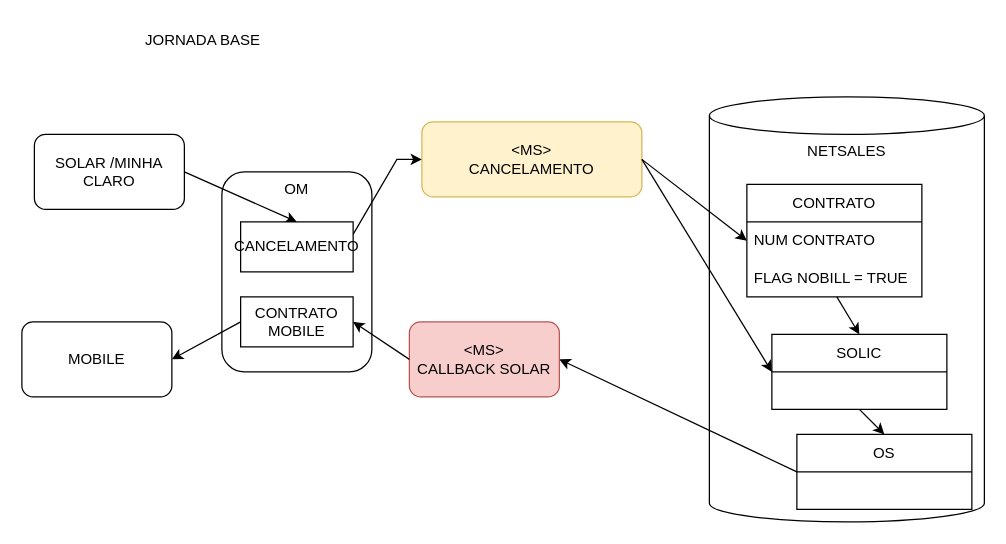
samirali/ClaroBrasil keeps this draw.io diagram as page "CANCELAMENTO" (4 of 6) of Billing Divergente Marcelo.drawio. Above is the earlier version. Source tidied: cells renumbered, new cells numbered last; positions are measured from the earlier drawing's top-left corner, leaving out a move shared by most shapes. Both pictures are drawn from the tidied source at 125%, with x=0, y=0 at pixel (21, 21).
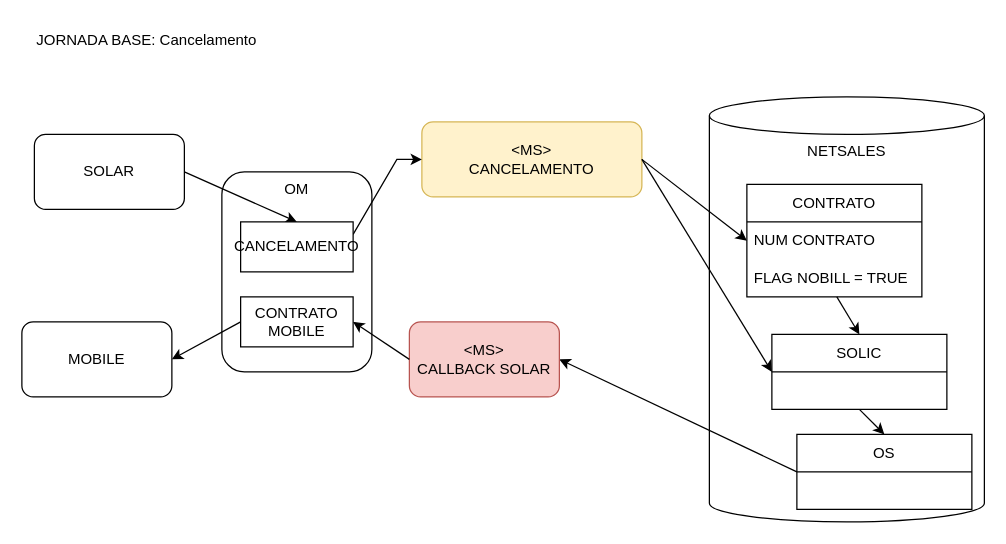
After the change.

What changed in the source:
```diff
@@
-    <mxCell id="2" value="SOLAR /MINHA CLARO" style="rounded=1;whiteSpace=wrap;html=1;" parent="1" vertex="1">
+    <mxCell id="2" value="SOLAR" style="rounded=1;whiteSpace=wrap;html=1;" parent="1" vertex="1">
       <mxGeometry x="10" y="90" width="120" height="60" as="geometry" />
     </mxCell>
-    <mxCell id="3" value="JORNADA BASE" style="text;html=1;align=center;verticalAlign=middle;whiteSpace=wrap;rounded=0;" parent="1" vertex="1">
+    <mxCell id="3" value="JORNADA BASE: Cancelamento" style="text;html=1;align=left;verticalAlign=middle;whiteSpace=wrap;rounded=0;" parent="1" vertex="1">
       <mxGeometry x="10" width="270" height="30" as="geometry" />
     </mxCell>
```
